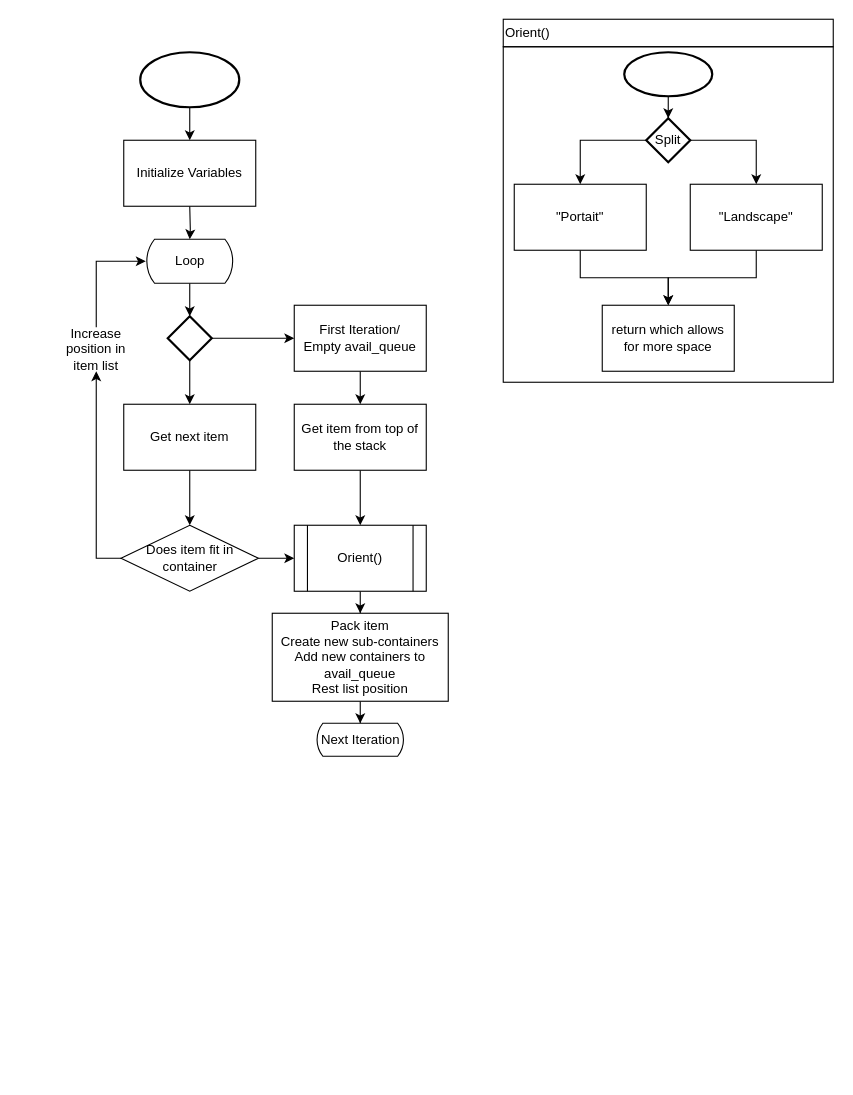
The draw.io diagram Notes/PalletizeMethod.drawio in perryBunn/senior-design, before the edit. Source tidied: cells renumbered, new cells numbered last; positions are measured from the earlier drawing's top-left corner, leaving out a move shared by most shapes. Both pictures are drawn from the tidied source at 110%, with x=0, y=0 at pixel (52, 19).
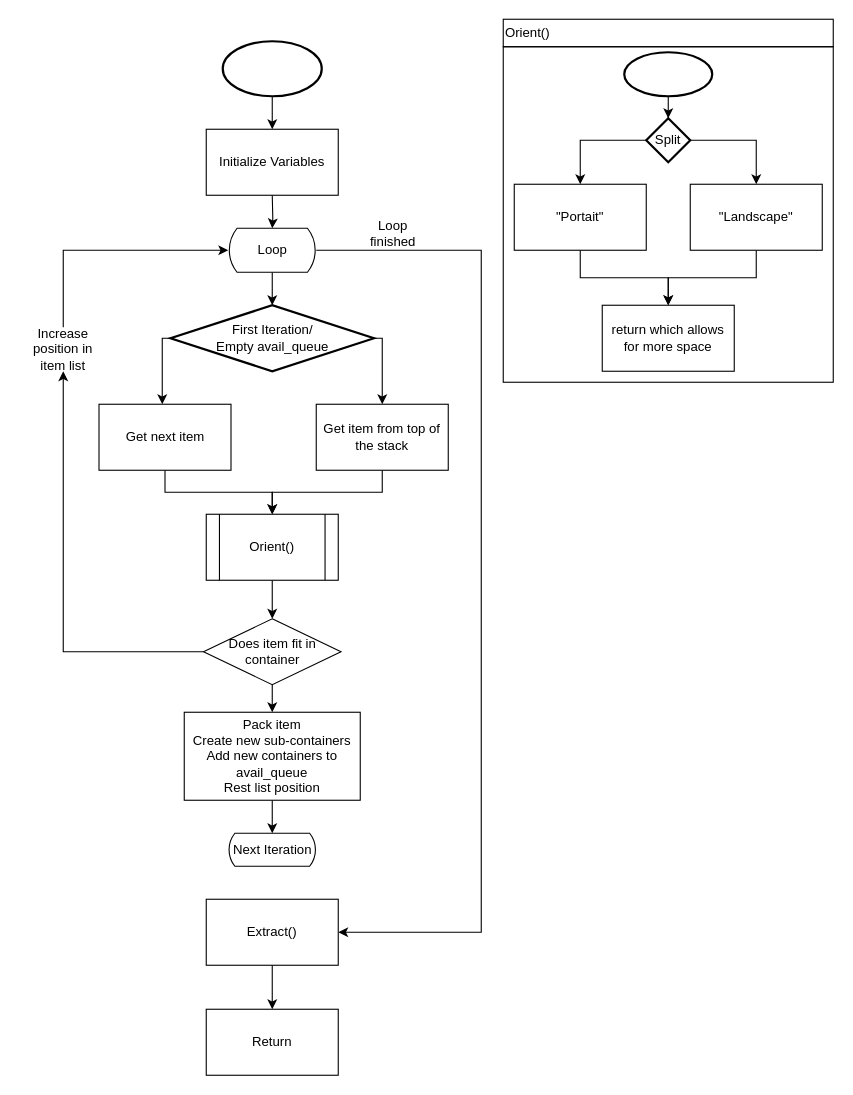
The same diagram, later.

Change to the diagram source:
```diff
@@
+    <mxCell id="39" style="edgeStyle=orthogonalEdgeStyle;rounded=0;jettySize=auto;html=1;" parent="1" edge="1" source="3" target="45">
+      <mxGeometry relative="1" as="geometry">
+        <Array as="points">
+          <mxPoint x="390" y="210" />
+          <mxPoint x="390" y="830" />
+        </Array>
+      </mxGeometry>
+    </mxCell>
     <mxCell id="3" value="Loop" style="html=1;dashed=0;whitespace=wrap;shape=mxgraph.dfd.loop;" parent="1" vertex="1">
-      <mxGeometry x="85" y="200" width="80" height="40" as="geometry" />
+      <mxGeometry x="160" y="190" width="80" height="40" as="geometry" />
     </mxCell>
     <mxCell id="4" style="edgeStyle=orthogonalEdgeStyle;rounded=0;jettySize=auto;html=1;" parent="1" edge="1" source="5">
       <mxGeometry relative="1" as="geometry">
-        <mxPoint x="125" y="110" as="targetPoint" />
+        <mxPoint x="200" y="100" as="targetPoint" />
       </mxGeometry>
     </mxCell>
     <mxCell id="5" style="strokeWidth=2;html=1;shape=mxgraph.flowchart.start_1;whiteSpace=wrap;" parent="1" vertex="1">
-      <mxGeometry x="80" y="30" width="90" height="50" as="geometry" />
+      <mxGeometry x="155" y="20" width="90" height="50" as="geometry" />
     </mxCell>
     <mxCell id="6" style="edgeStyle=orthogonalEdgeStyle;rounded=0;jettySize=auto;html=1;" parent="1" edge="1" target="3">
       <mxGeometry relative="1" as="geometry">
-        <mxPoint x="125" y="170" as="sourcePoint" />
+        <mxPoint x="200" y="160" as="sourcePoint" />
       </mxGeometry>
     </mxCell>
     <mxCell id="7" value="Initialize Variables" style="rounded=0;whiteSpace=wrap;html=1;" parent="1" vertex="1">
-      <mxGeometry x="65" y="110" width="120" height="60" as="geometry" />
+      <mxGeometry x="140" y="100" width="120" height="60" as="geometry" />
     </mxCell>
-    <mxCell id="8" style="edgeStyle=orthogonalEdgeStyle;rounded=0;jettySize=auto;html=1;" parent="1" edge="1" source="10" target="12">
-      <mxGeometry relative="1" as="geometry" />
-    </mxCell>
     <mxCell id="9" style="edgeStyle=orthogonalEdgeStyle;rounded=0;jettySize=auto;html=1;" parent="1" edge="1" source="10" target="16">
-      <mxGeometry relative="1" as="geometry" />
+      <mxGeometry relative="1" as="geometry">
+        <Array as="points">
+          <mxPoint x="100" y="290" />
+        </Array>
+      </mxGeometry>
     </mxCell>
+    <mxCell id="40" style="edgeStyle=orthogonalEdgeStyle;rounded=0;jettySize=auto;html=1;entryX=0.5;entryY=0;entryDx=0;entryDy=0;" parent="1" edge="1" source="10" target="14">
+      <mxGeometry relative="1" as="geometry">
+        <Array as="points">
+          <mxPoint x="300" y="290" />
+        </Array>
+      </mxGeometry>
+    </mxCell>
-    <mxCell id="10" style="strokeWidth=2;html=1;shape=mxgraph.flowchart.decision;whiteSpace=wrap;direction=south;" parent="1" vertex="1">
-      <mxGeometry x="105" y="270" width="40" height="40" as="geometry" />
+    <mxCell id="10" value="&lt;span&gt;First Iteration/&lt;/span&gt;&lt;br&gt;&lt;span&gt;Empty avail_queue&lt;/span&gt;" style="strokeWidth=2;html=1;shape=mxgraph.flowchart.decision;whiteSpace=wrap;direction=south;" parent="1" vertex="1">
+      <mxGeometry x="107.5" y="260" width="185" height="60" as="geometry" />
     </mxCell>
-    <mxCell id="11" style="edgeStyle=orthogonalEdgeStyle;rounded=0;jettySize=auto;html=1;" parent="1" edge="1" source="12" target="14">
-      <mxGeometry relative="1" as="geometry" />
-    </mxCell>
-    <mxCell id="12" value="First Iteration/&lt;br&gt;Empty avail_queue" style="rounded=0;whiteSpace=wrap;html=1;" parent="1" vertex="1">
-      <mxGeometry x="220" y="260" width="120" height="60" as="geometry" />
-    </mxCell>
@@
     <mxCell id="14" value="Get item from top of the stack" style="rounded=0;whiteSpace=wrap;html=1;" parent="1" vertex="1">
-      <mxGeometry x="220" y="350" width="120" height="60" as="geometry" />
+      <mxGeometry x="240" y="350" width="120" height="60" as="geometry" />
     </mxCell>
-    <mxCell id="15" style="edgeStyle=orthogonalEdgeStyle;rounded=0;jettySize=auto;html=1;" parent="1" edge="1" source="16" target="19">
-      <mxGeometry relative="1" as="geometry" />
-    </mxCell>
+    <mxCell id="41" style="edgeStyle=orthogonalEdgeStyle;rounded=0;jettySize=auto;html=1;" parent="1" edge="1" source="16" target="21">
+      <mxGeometry relative="1" as="geometry" />
+    </mxCell>
     <mxCell id="16" value="Get next item" style="rounded=0;whiteSpace=wrap;html=1;" parent="1" vertex="1">
-      <mxGeometry x="65" y="350" width="120" height="60" as="geometry" />
+      <mxGeometry x="42.5" y="350" width="120" height="60" as="geometry" />
     </mxCell>
-    <mxCell id="17" style="edgeStyle=orthogonalEdgeStyle;rounded=0;jettySize=auto;html=1;" parent="1" edge="1" source="19" target="21">
-      <mxGeometry relative="1" as="geometry" />
-    </mxCell>
     <mxCell id="18" style="edgeStyle=orthogonalEdgeStyle;rounded=0;jettySize=auto;html=1;exitX=0;exitY=0.5;exitDx=0;exitDy=0;" parent="1" edge="1" source="19" target="23">
       <mxGeometry relative="1" as="geometry">
         <Array as="points">
-          <mxPoint x="40" y="490" />
+          <mxPoint x="10" y="575" />
         </Array>
       </mxGeometry>
     </mxCell>
+    <mxCell id="42" style="edgeStyle=orthogonalEdgeStyle;rounded=0;jettySize=auto;html=1;" parent="1" edge="1" source="19" target="25">
+      <mxGeometry relative="1" as="geometry" />
+    </mxCell>
     <mxCell id="19" value="Does item fit in container" style="rhombus;whiteSpace=wrap;html=1;" parent="1" vertex="1">
-      <mxGeometry x="62.5" y="460" width="125" height="60" as="geometry" />
+      <mxGeometry x="137.5" y="545" width="125" height="60" as="geometry" />
     </mxCell>
-    <mxCell id="20" style="edgeStyle=orthogonalEdgeStyle;rounded=0;jettySize=auto;html=1;" parent="1" edge="1" source="21" target="25">
-      <mxGeometry relative="1" as="geometry" />
-    </mxCell>
+    <mxCell id="43" style="edgeStyle=orthogonalEdgeStyle;rounded=0;jettySize=auto;html=1;" parent="1" edge="1" source="21" target="19">
+      <mxGeometry relative="1" as="geometry" />
+    </mxCell>
     <mxCell id="21" value="Orient()" style="shape=process;whiteSpace=wrap;html=1;backgroundOutline=1;" parent="1" vertex="1">
-      <mxGeometry x="220" y="460" width="120" height="60" as="geometry" />
+      <mxGeometry x="140" y="450" width="120" height="60" as="geometry" />
     </mxCell>
     <mxCell id="22" style="edgeStyle=orthogonalEdgeStyle;rounded=0;jettySize=auto;html=1;exitX=0.5;exitY=0;exitDx=0;exitDy=0;" parent="1" edge="1" source="23" target="3">
       <mxGeometry relative="1" as="geometry">
         <Array as="points">
-          <mxPoint x="40" y="220" />
+          <mxPoint x="10" y="210" />
         </Array>
       </mxGeometry>
     </mxCell>
     <mxCell id="23" value="Increase position in item list" style="text;html=1;strokeColor=none;fillColor=none;align=center;verticalAlign=middle;whiteSpace=wrap;rounded=0;" parent="1" vertex="1">
-      <mxGeometry y="280" width="80" height="40" as="geometry" />
+      <mxGeometry x="-30" y="280" width="80" height="40" as="geometry" />
     </mxCell>
@@
     <mxCell id="25" value="Pack item&lt;br&gt;Create new sub-containers&lt;br&gt;Add new containers to avail_queue&lt;br&gt;Rest list position" style="rounded=0;whiteSpace=wrap;html=1;" parent="1" vertex="1">
-      <mxGeometry x="200" y="540" width="160" height="80" as="geometry" />
+      <mxGeometry x="120" y="630" width="160" height="80" as="geometry" />
     </mxCell>
     <mxCell id="26" value="Next Iteration" style="html=1;dashed=0;whitespace=wrap;shape=mxgraph.dfd.loop;" parent="1" vertex="1">
-      <mxGeometry x="240" y="640" width="80" height="30" as="geometry" />
+      <mxGeometry x="160" y="740" width="80" height="30" as="geometry" />
     </mxCell>
@@
+    <mxCell id="44" style="edgeStyle=orthogonalEdgeStyle;rounded=0;jettySize=auto;html=1;" parent="1" edge="1" source="45" target="47">
+      <mxGeometry relative="1" as="geometry" />
+    </mxCell>
+    <mxCell id="45" value="Extract()" style="rounded=0;whiteSpace=wrap;html=1;" parent="1" vertex="1">
+      <mxGeometry x="140" y="800" width="120" height="60" as="geometry" />
+    </mxCell>
+    <mxCell id="46" value="Loop finished" style="text;html=1;strokeColor=none;fillColor=none;align=center;verticalAlign=middle;whiteSpace=wrap;rounded=0;" parent="1" vertex="1">
+      <mxGeometry x="280" y="180" width="60" height="30" as="geometry" />
+    </mxCell>
+    <mxCell id="47" value="Return" style="rounded=0;whiteSpace=wrap;html=1;" parent="1" vertex="1">
+      <mxGeometry x="140" y="900" width="120" height="60" as="geometry" />
+    </mxCell>
```
